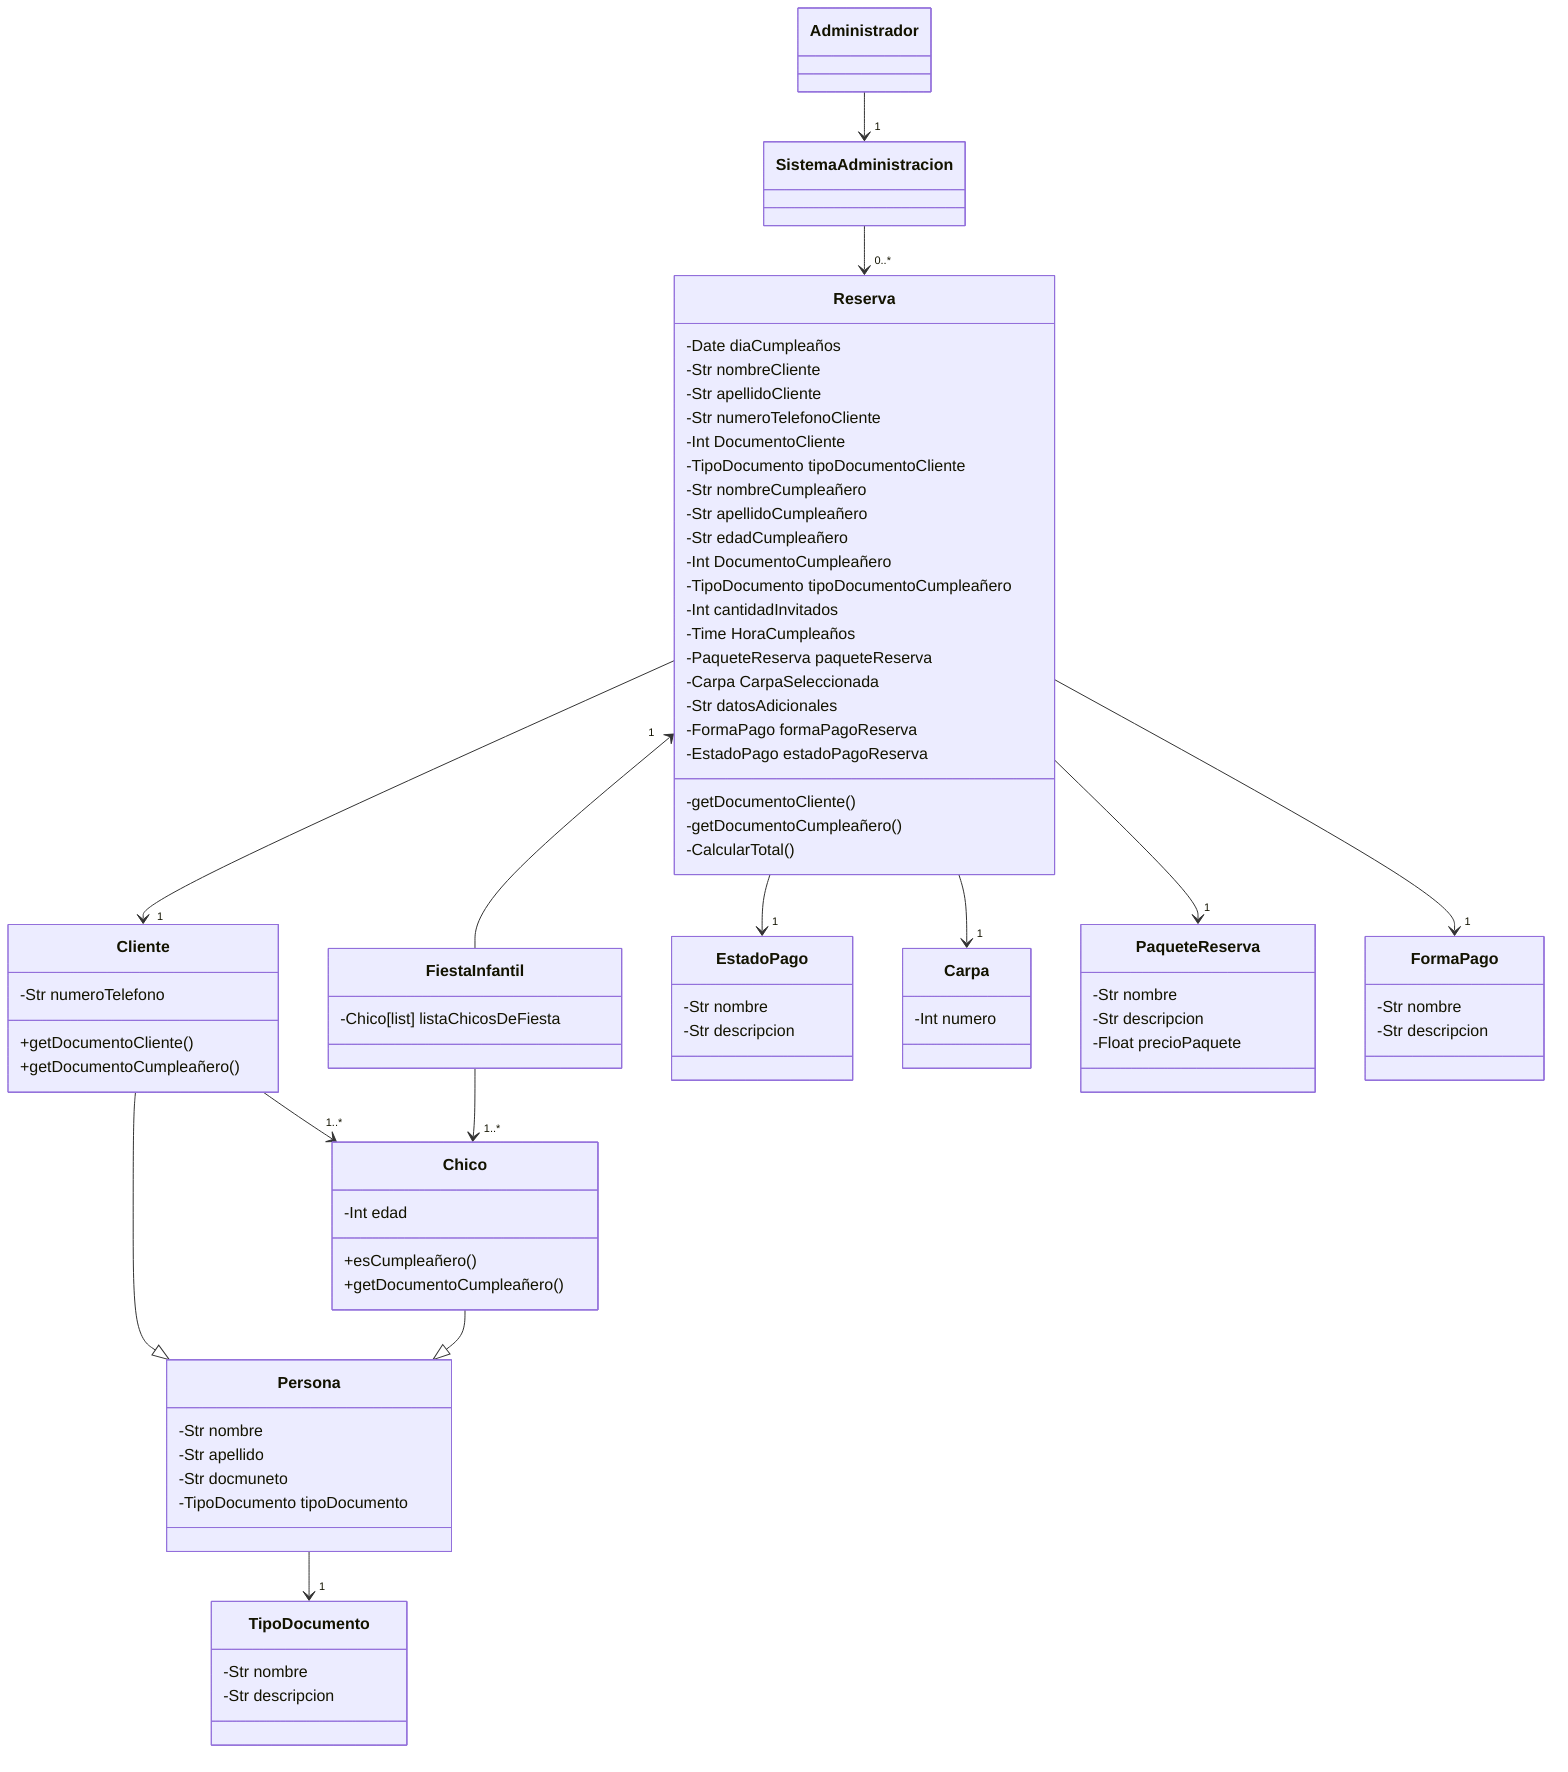
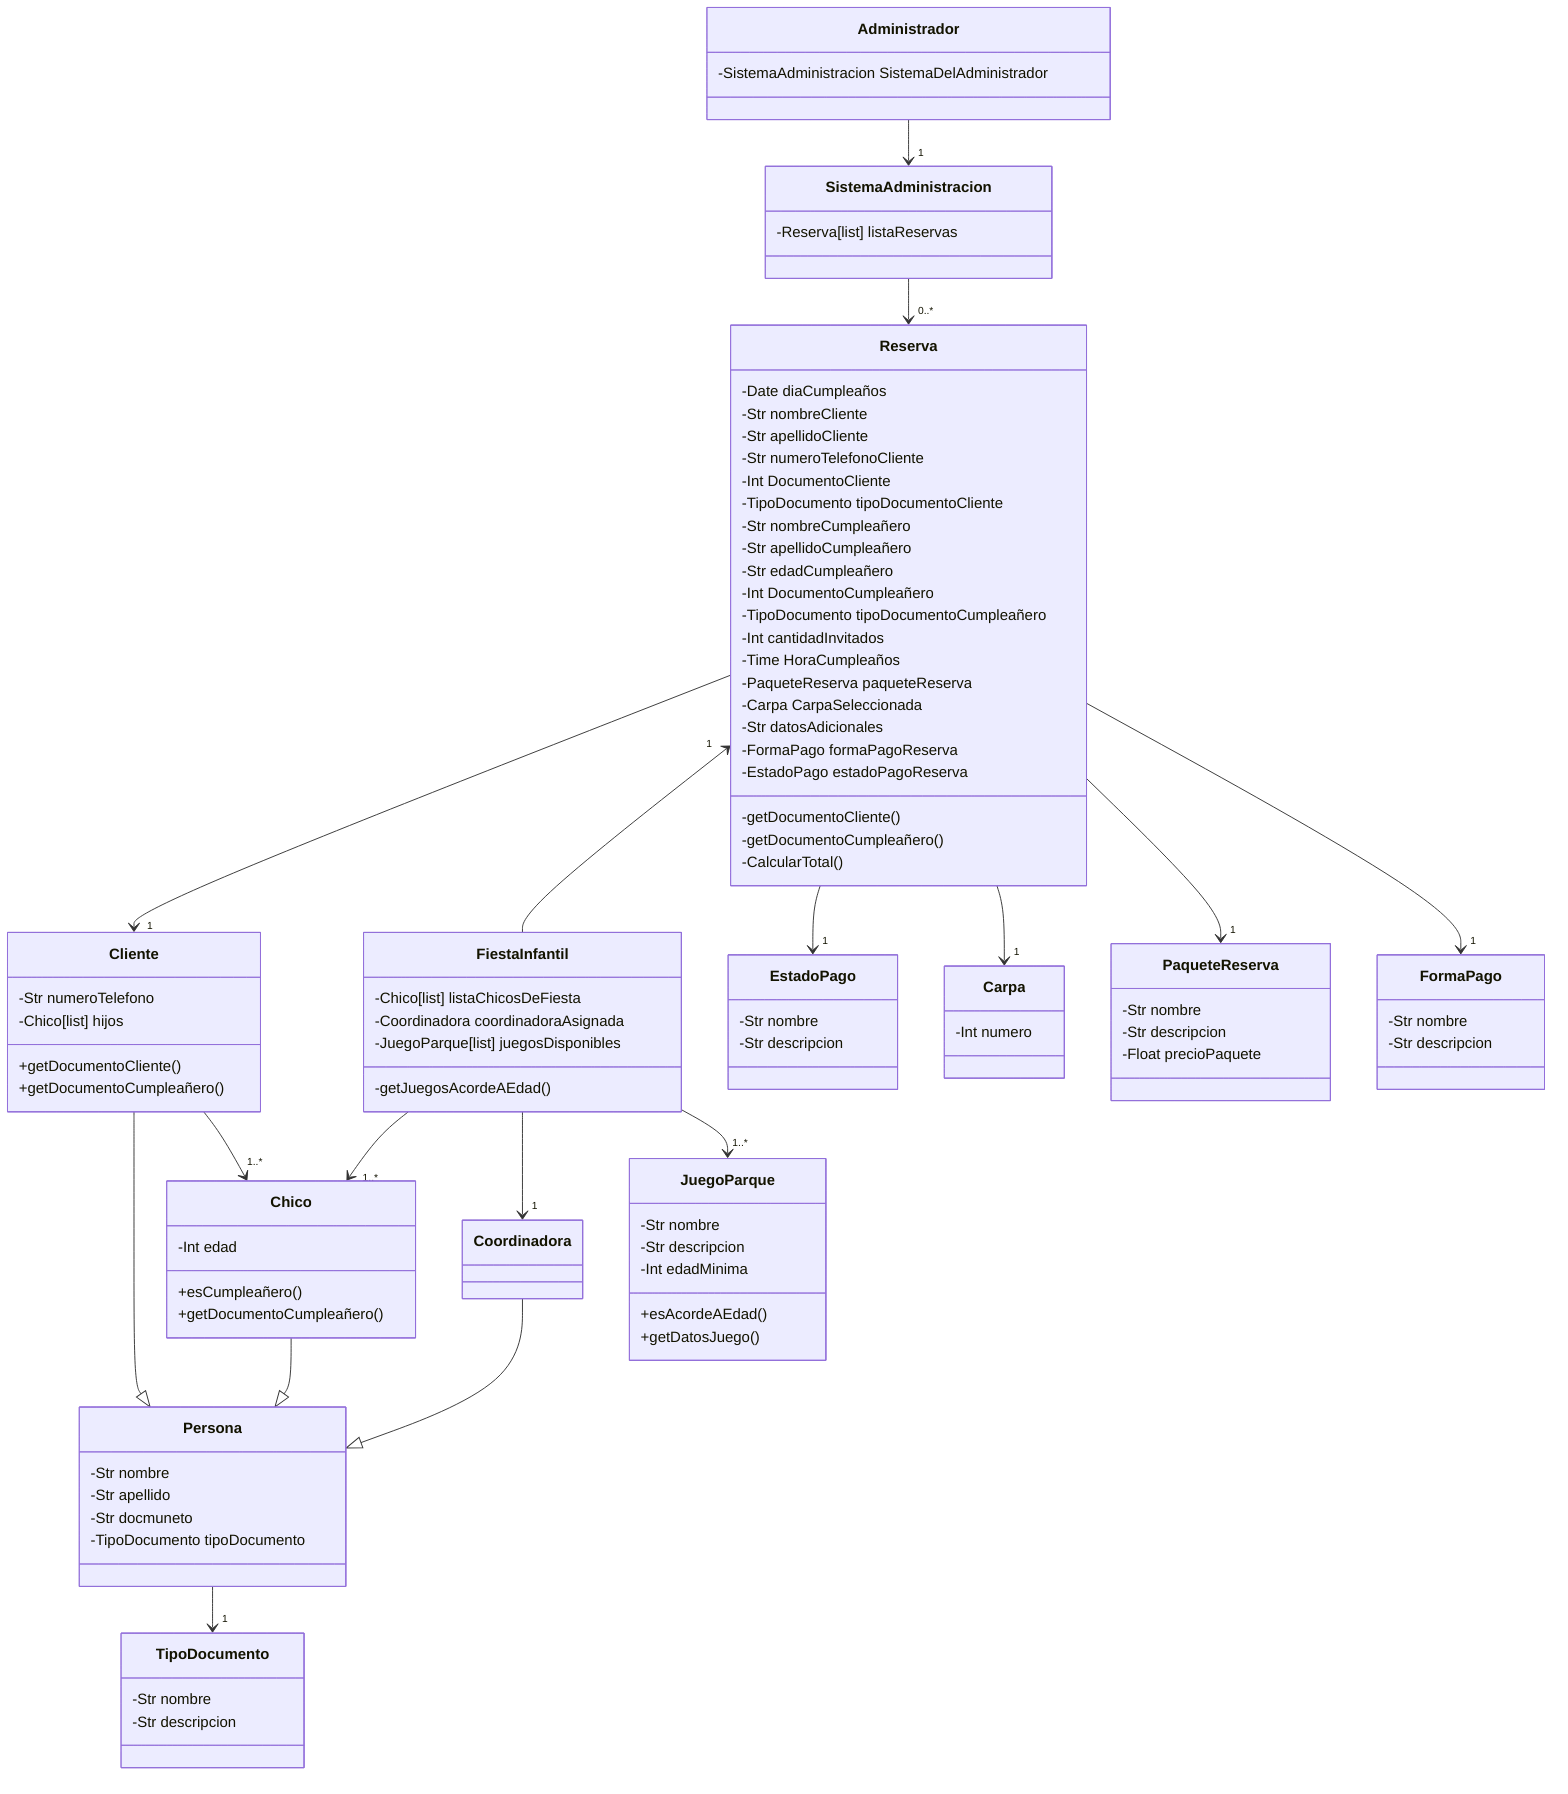
classDiagram

    Reserva -->"1" Cliente
    SistemaAdministracion -->"0..*" Reserva
    Administrador -->"1" SistemaAdministracion
    Cliente --|> Persona
    Cliente -->"1..*" Chico
    Reserva "1"<--FiestaInfantil
    Reserva -->"1" EstadoPago
    FiestaInfantil -->"1..*" Chico
+     FiestaInfantil -->"1" Coordinadora
+     FiestaInfantil -->"1..*" JuegoParque
+     Coordinadora --|> Persona
    Reserva -->"1" Carpa
    Persona -->"1" TipoDocumento
    Chico --|> Persona
    Reserva -->"1" PaqueteReserva
    Reserva -->"1" FormaPago
+     Administrador
    class Reserva {
        -Date diaCumpleaños
        -Str nombreCliente
        -Str apellidoCliente
        -Str numeroTelefonoCliente
        -Int DocumentoCliente
        -TipoDocumento tipoDocumentoCliente
        -Str nombreCumpleañero
        -Str apellidoCumpleañero
        -Str edadCumpleañero
        -Int DocumentoCumpleañero
        -TipoDocumento tipoDocumentoCumpleañero
        -Int cantidadInvitados
        -Time HoraCumpleaños
        -PaqueteReserva paqueteReserva
        -Carpa CarpaSeleccionada
        -Str datosAdicionales
        -FormaPago formaPagoReserva
        -EstadoPago estadoPagoReserva
        -getDocumentoCliente()
        -getDocumentoCumpleañero()
        -CalcularTotal()
    }
    class Cliente {
        -Str numeroTelefono
+         -Chico[list] hijos
+ 
        +getDocumentoCliente()
        +getDocumentoCumpleañero()
    }
    class Persona {
        -Str nombre
        -Str apellido
        -Str docmuneto
        -TipoDocumento tipoDocumento
    }
    class Carpa{
        -Int numero
    }
-     class Administrador
+     class Administrador {
+         -SistemaAdministracion SistemaDelAdministrador
+     }
    class EstadoPago {
        -Str nombre
        -Str descripcion
    }
    class PaqueteReserva {
        -Str nombre
        -Str descripcion
        -Float precioPaquete
    }
    class TipoDocumento {
        -Str nombre
        -Str descripcion
    }
    class FiestaInfantil {
        -Chico[list] listaChicosDeFiesta
+         -Coordinadora coordinadoraAsignada
+         -JuegoParque[list] juegosDisponibles
+         -getJuegosAcordeAEdad()
    }
    class Chico {
        -Int edad
        +esCumpleañero()
        +getDocumentoCumpleañero()
    }
-     class SistemaAdministracion
+     class SistemaAdministracion {
+         -Reserva[list] listaReservas
+     }
    class FormaPago {
        -Str nombre
        -Str descripcion
    }
+ 
+     class Coordinadora
+ 
+     class JuegoParque {
+         -Str nombre
+         -Str descripcion
+         -Int edadMinima
+         +esAcordeAEdad()
+         +getDatosJuego()
+     }